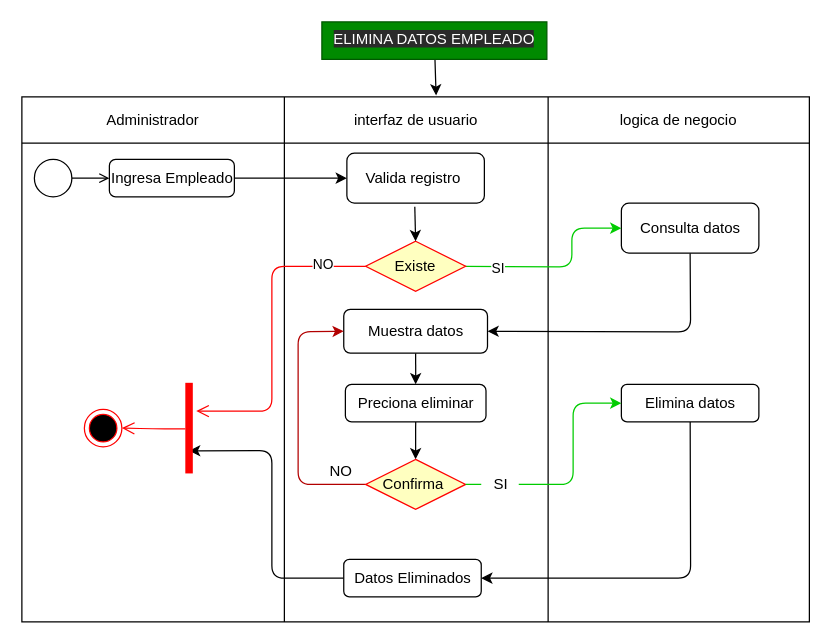
This is Diagramas_Actividad/DAA.2.2.drawio from DavidArtavia/Activity_Diagram-, a draw.io file, before an edit. Source tidied: cells renumbered, new cells numbered last; positions are measured from the earlier drawing's top-left corner, leaving out a move shared by most shapes. Both pictures are drawn from the tidied source at 125%, with x=0, y=0 at pixel (21, 21).
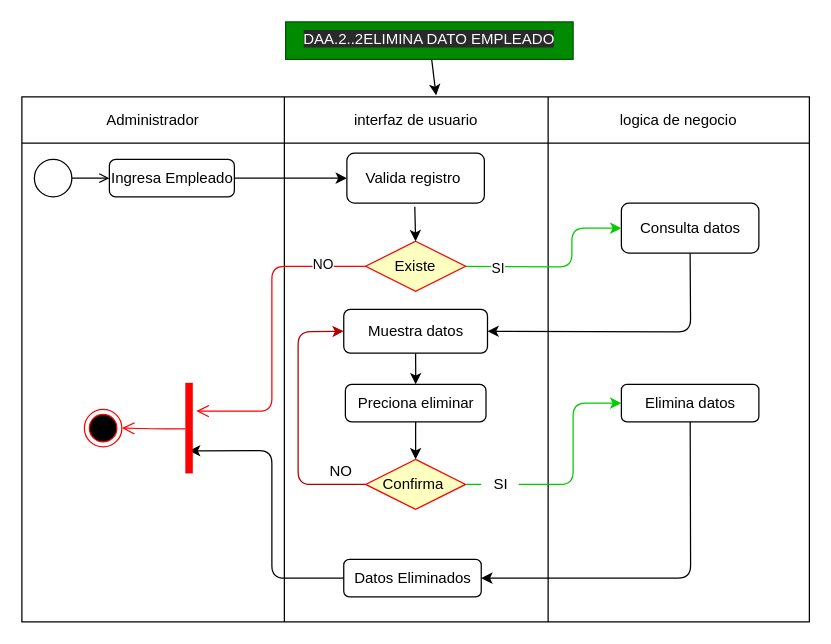
Above is the later version.

Change to the diagram source:
```diff
@@
-    <mxCell id="28" value="&lt;span style=&quot;color: rgb(255 , 255 , 255) ; font-family: &amp;#34;helvetica&amp;#34; ; font-size: 12px ; font-style: normal ; font-weight: 400 ; letter-spacing: normal ; text-indent: 0px ; text-transform: none ; word-spacing: 0px ; background-color: rgb(42 , 42 , 42) ; display: inline ; float: none&quot;&gt;ELIMINA DATOS EMPLEADO&lt;/span&gt;" style="text;whiteSpace=wrap;html=1;fillColor=#008a00;fontColor=#ffffff;strokeColor=#005700;align=center;" parent="1" vertex="1">
-      <mxGeometry x="240" width="180" height="30" as="geometry" />
+    <mxCell id="28" value="&lt;span style=&quot;color: rgb(255 , 255 , 255) ; font-family: &amp;#34;helvetica&amp;#34; ; font-size: 12px ; font-style: normal ; font-weight: 400 ; letter-spacing: normal ; text-indent: 0px ; text-transform: none ; word-spacing: 0px ; background-color: rgb(42 , 42 , 42) ; display: inline ; float: none&quot;&gt;&lt;span style=&quot;font-family: &amp;#34;helvetica&amp;#34;&quot;&gt;DAA.2..2&lt;/span&gt;ELIMINA DATO EMPLEADO&lt;/span&gt;" style="text;whiteSpace=wrap;html=1;fillColor=#008a00;fontColor=#ffffff;strokeColor=#005700;align=center;" parent="1" vertex="1">
+      <mxGeometry x="211" width="230" height="30" as="geometry" />
     </mxCell>
```
